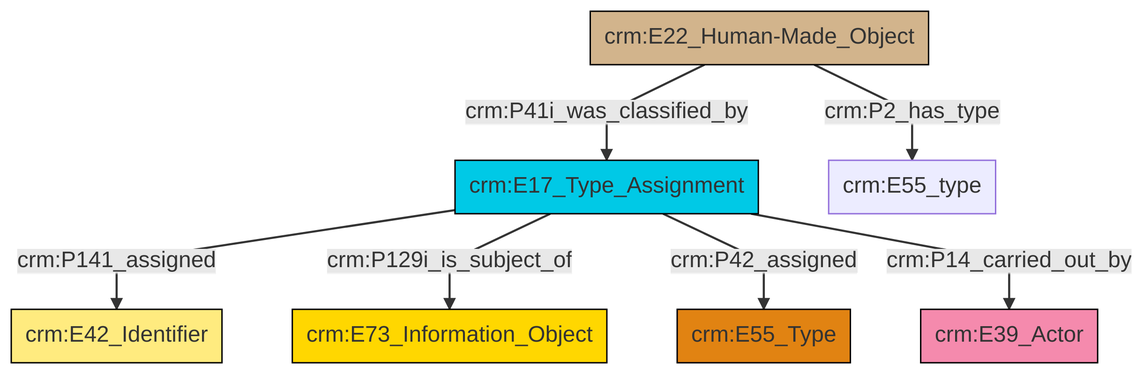
Earlier version of the Mermaid export et/builtWorkCSV/ttl/mmd/png/Built_Work_designation_status.png (swiss-art-research-net/docs.swissartresearch). Its source is kept beside it as et/builtWorkCSV/ttl/mmd/Built_Work_designation_status.ttl.mmd.
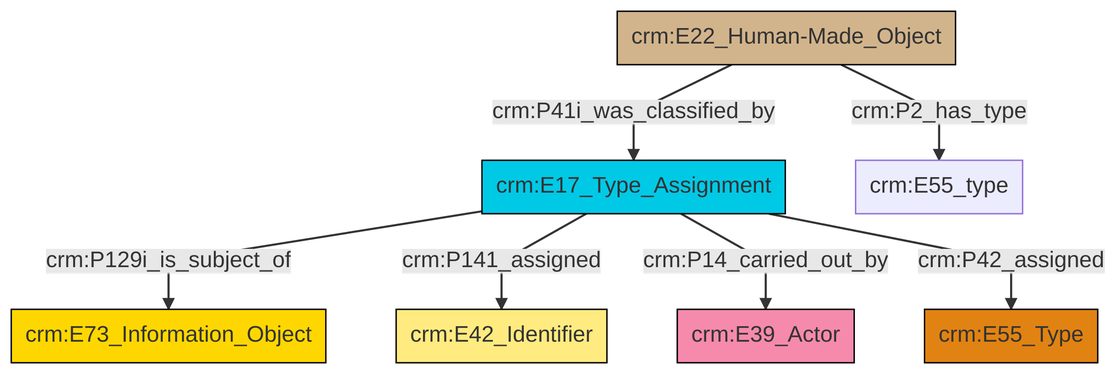
Later version of the same file.

The edit, as a diff of the source:
```diff
@@ -13,9 +13,9 @@
 classDef PC_Classes fill:#4ce600, stroke:#000000;
 classDef Multi fill:#cccccc,stroke:#000000;
 
-0["crm:E17_Type_Assignment"]:::Temporal_Entity -->|crm:P141_assigned| 1["crm:E42_Identifier"]:::Appellation
-0["crm:E17_Type_Assignment"]:::Temporal_Entity -->|crm:P129i_is_subject_of| 2["crm:E73_Information_Object"]:::Conceptual_Object
-0["crm:E17_Type_Assignment"]:::Temporal_Entity -->|crm:P42_assigned| 5["crm:E55_Type"]:::Type
-3["crm:E22_Human-Made_Object"]:::Physical_Thing -->|crm:P2_has_type| 10["crm:E55_type"]:::Default
-3["crm:E22_Human-Made_Object"]:::Physical_Thing -->|crm:P41i_was_classified_by| 0["crm:E17_Type_Assignment"]:::Temporal_Entity
-0["crm:E17_Type_Assignment"]:::Temporal_Entity -->|crm:P14_carried_out_by| 13["crm:E39_Actor"]:::Actor
+0["crm:E17_Type_Assignment"]:::Temporal_Entity -->|crm:P129i_is_subject_of| 4["crm:E73_Information_Object"]:::Conceptual_Object
+0["crm:E17_Type_Assignment"]:::Temporal_Entity -->|crm:P141_assigned| 5["crm:E42_Identifier"]:::Appellation
+0["crm:E17_Type_Assignment"]:::Temporal_Entity -->|crm:P14_carried_out_by| 8["crm:E39_Actor"]:::Actor
+0["crm:E17_Type_Assignment"]:::Temporal_Entity -->|crm:P42_assigned| 2["crm:E55_Type"]:::Type
+6["crm:E22_Human-Made_Object"]:::Physical_Thing -->|crm:P41i_was_classified_by| 0["crm:E17_Type_Assignment"]:::Temporal_Entity
+6["crm:E22_Human-Made_Object"]:::Physical_Thing -->|crm:P2_has_type| 9["crm:E55_type"]:::Default
```
